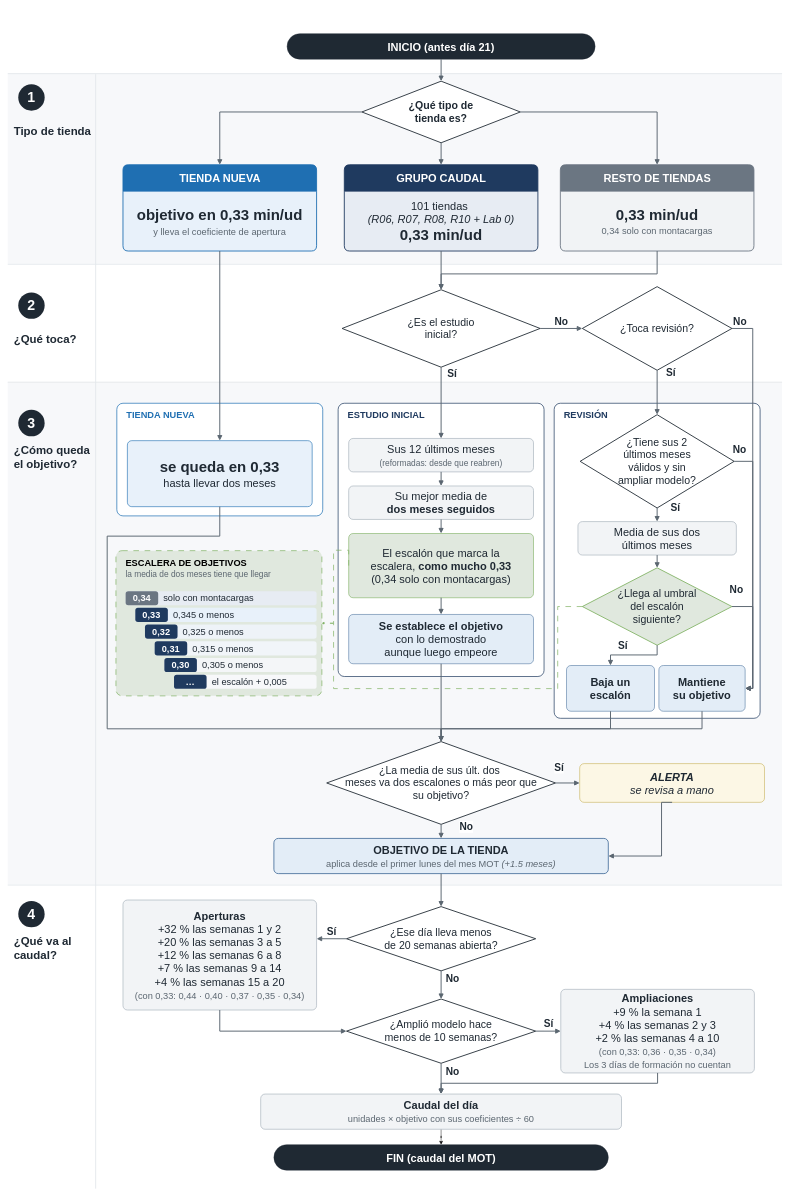
Above: Flujograma_revision.drawio in jrodrbr/Javify (draw.io), before the change. Source tidied: cells renumbered, new cells numbered last; positions are measured from the earlier drawing's top-left corner, leaving out a move shared by most shapes. Both pictures are drawn from the tidied source at 44%, with x=0, y=0 at pixel (7, 7).
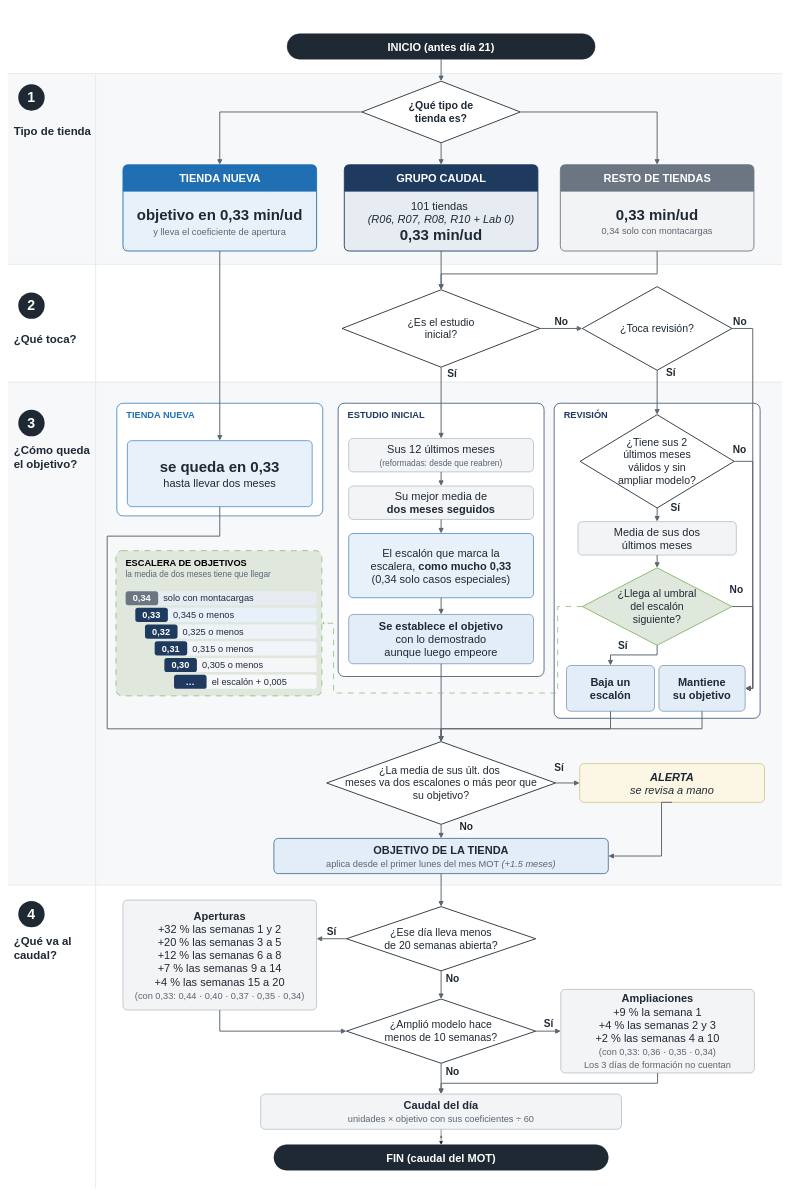
Above is the later version.

Unchanged cells that the change refers to:
```xml
<mxCell id="40" value="&lt;b&gt;ESTUDIO INICIAL&lt;/b&gt;" style="rounded=1;absoluteArcSize=1;arcSize=28;whiteSpace=wrap;html=1;fontFamily=Arial;fontSize=21;fontColor=#1F3A5F;align=left;verticalAlign=top;spacingLeft=20;spacingTop=8;fillColor=#FFFFFF;strokeColor=#1F3A5F;strokeWidth=1.6;" parent="12" vertex="1">
  <mxGeometry x="751" y="899" width="468" height="621" as="geometry" />
</mxCell>
<mxCell id="48" value="¿Llega al umbral&lt;br&gt;del escalón&lt;br&gt;siguiente?" style="shape=rhombus;perimeter=rhombusPerimeter;whiteSpace=wrap;html=1;fontFamily=Arial;fontSize=24;fontColor=#1F2933;fillColor=#E0E8DE;strokeColor=#82B366;strokeWidth=2;spacing=4;" parent="45" vertex="1">
  <mxGeometry x="64" y="374" width="340" height="176" as="geometry" />
</mxCell>
<mxCell id="52" value="&lt;b&gt;ESCALERA DE OBJETIVOS&lt;/b&gt;&lt;br&gt;&lt;span style=&quot;font-size:19px;color:#5B6670&quot;&gt;la media de dos meses tiene que llegar&lt;/span&gt;" style="rounded=1;absoluteArcSize=1;arcSize=28;whiteSpace=wrap;html=1;fontFamily=Arial;fontSize=21;align=left;verticalAlign=top;spacingLeft=20;spacingTop=8;strokeWidth=1.6;dashed=1;dashPattern=8 8;fillColor=#E0E8DE;strokeColor=#82b366;" parent="12" vertex="1">
  <mxGeometry x="246" y="1234" width="468" height="330" as="geometry" />
</mxCell>
```

The edit, as a diff of the source:
```diff
@@
-    <mxCell id="43" value="El escalón que marca la&lt;br&gt;escalera, &lt;b&gt;como mucho 0,33&lt;/b&gt;&lt;br&gt;(0,34 solo con montacargas)" style="rounded=1;absoluteArcSize=1;arcSize=20;whiteSpace=wrap;html=1;fontFamily=Arial;fontSize=25;fontColor=#1F2933;spacing=6;fillColor=#E0E8DE;strokeColor=#82B366;strokeWidth=1.4;" parent="40" vertex="1">
+    <mxCell id="43" value="El escalón que marca la&lt;br&gt;escalera, &lt;b&gt;como mucho 0,33&lt;/b&gt;&lt;br&gt;(0,34 solo casos especiales)" style="rounded=1;absoluteArcSize=1;arcSize=20;whiteSpace=wrap;html=1;fontFamily=Arial;fontSize=25;fontColor=#1F2933;spacing=6;fillColor=light-dark(#E8F1FA,#182028);strokeColor=#1F6FB2;strokeWidth=1.4;" parent="40" vertex="1">
       <mxGeometry x="24" y="296" width="420" height="146" as="geometry" />
     </mxCell>
@@
     <mxCell id="106" style="edgeStyle=orthogonalEdgeStyle;rounded=0;jettySize=auto;html=1;entryX=1;entryY=0.5;entryDx=0;entryDy=0;dashed=1;dashPattern=8 8;strokeColor=#82B366;startSize=1.6;endSize=1.6;strokeWidth=1.6;exitX=0;exitY=0.5;exitDx=0;exitDy=0;" parent="12" edge="1" source="48" target="52">
       <mxGeometry relative="1" as="geometry">
         <Array as="points">
           <mxPoint x="1250" y="1361" />
-          <mxPoint x="1250" y="1547.5" />
-          <mxPoint x="740.6" y="1547.5" />
+          <mxPoint x="1250" y="1557.6" />
+          <mxPoint x="740.6" y="1557.6" />
           <mxPoint x="740.6" y="1399" />
         </Array>
       </mxGeometry>
     </mxCell>
-    <mxCell id="107" style="edgeStyle=orthogonalEdgeStyle;rounded=0;jettySize=auto;html=1;exitX=0;exitY=0.5;exitDx=0;exitDy=0;entryX=1;entryY=0.5;entryDx=0;entryDy=0;dashed=1;dashPattern=8 8;fillColor=#D5E8D4;strokeColor=#82B366;startSize=1.6;endSize=1.6;jumpSize=1.6;strokeWidth=1.6;" parent="12" edge="1" source="43" target="52">
-      <mxGeometry relative="1" as="geometry">
-        <Array as="points">
-          <mxPoint x="775" y="1233" />
-          <mxPoint x="740.6" y="1233" />
-          <mxPoint x="740.6" y="1399" />
-        </Array>
-      </mxGeometry>
-    </mxCell>
```
